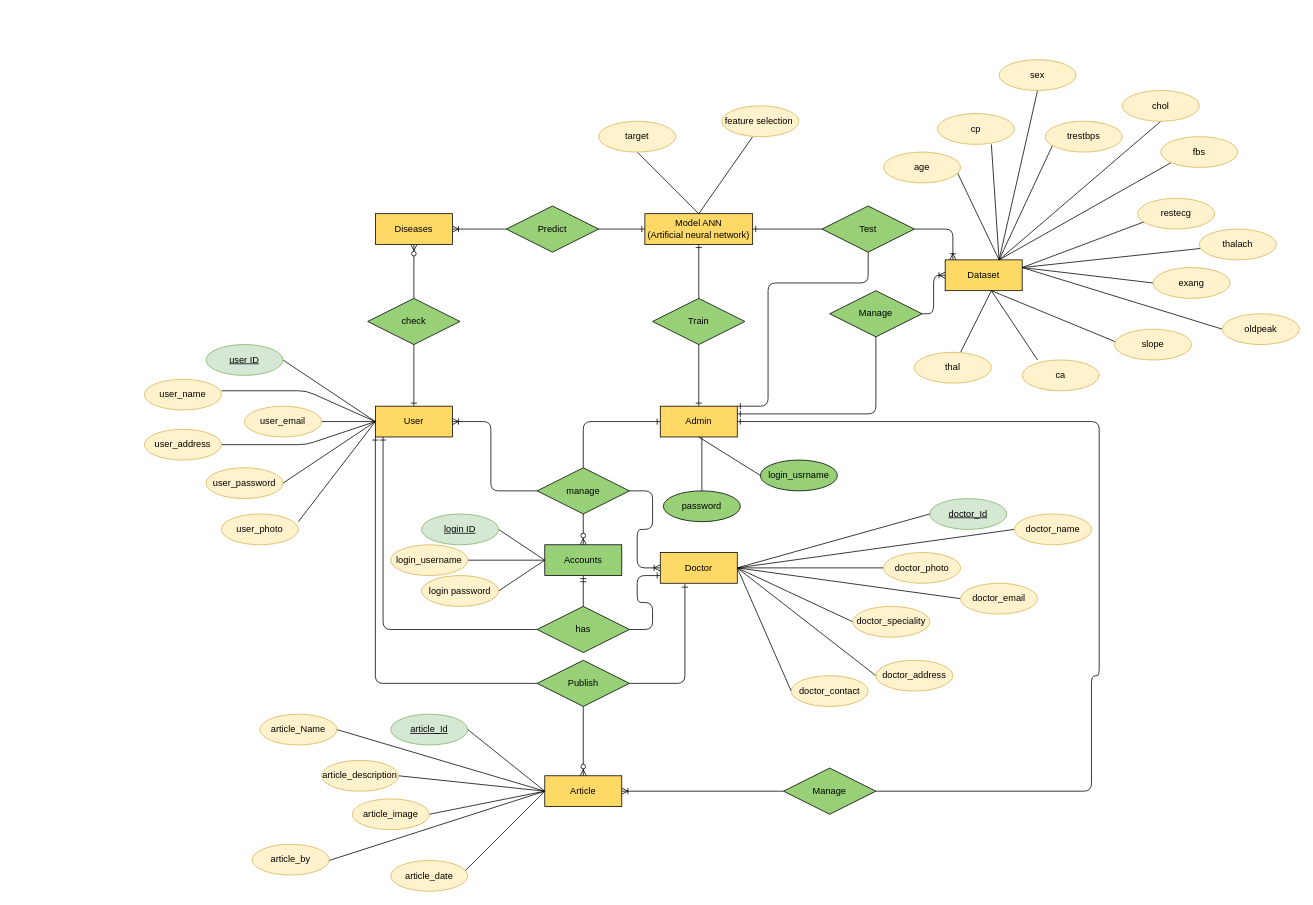
This is page "ERD" (2 of 6) of Untitled Diagram.drawio from iqran-s-star/My-Portfolio, a draw.io file, before an edit. Source tidied: cells renumbered, new cells numbered last; positions are measured from the earlier drawing's top-left corner, leaving out a move shared by most shapes. Both pictures are drawn from the tidied source at 77%, with x=0, y=0 at pixel (144, 59).
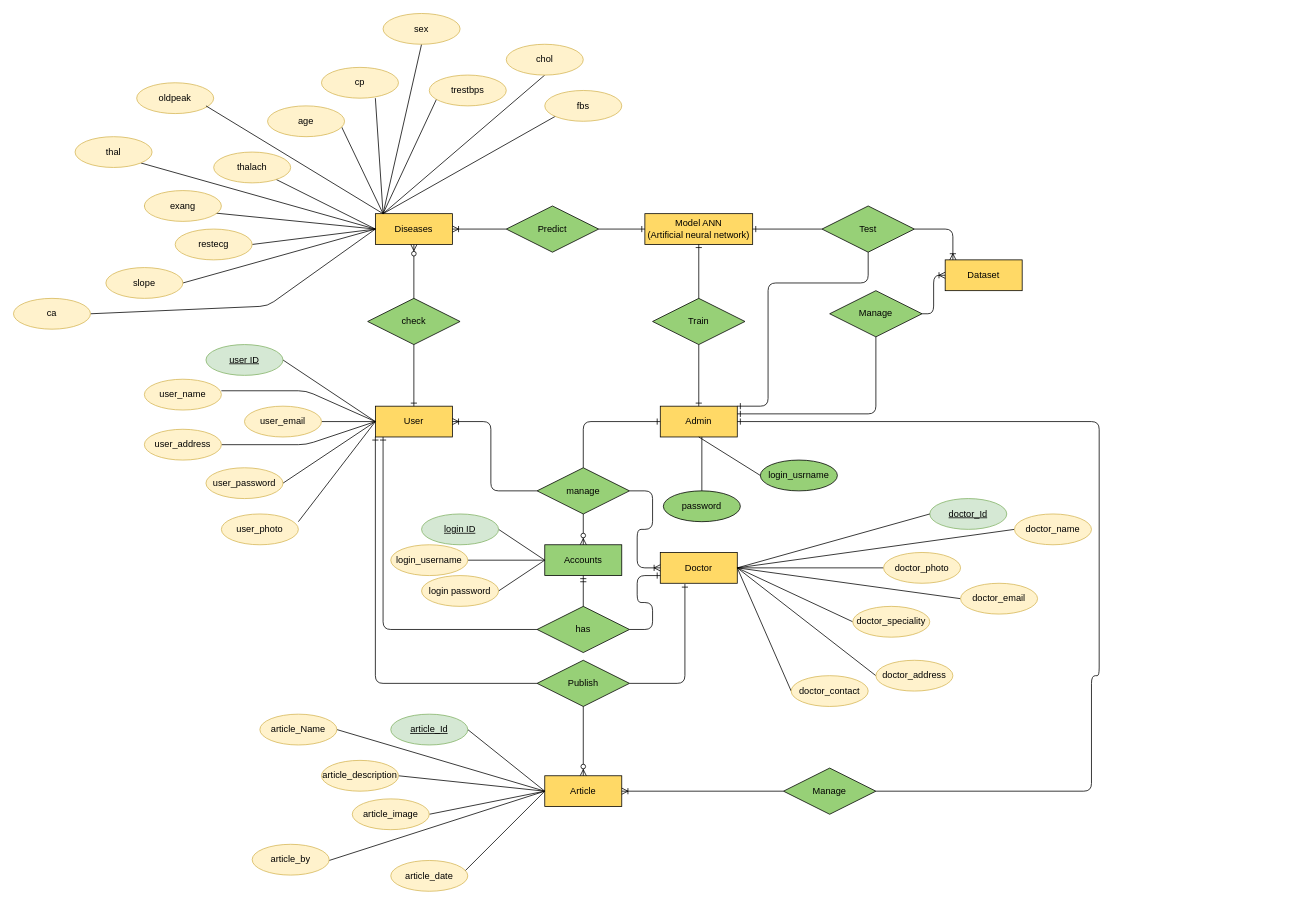
The same diagram, later.

Unchanged cells that the change refers to:
```xml
<mxCell id="30" value="Diseases" style="whiteSpace=wrap;html=1;align=center;fillColor=#FFD966;" parent="1" vertex="1">
  <mxGeometry x="300" y="200" width="100" height="40" as="geometry" />
</mxCell>
<mxCell id="41" value="Dataset" style="whiteSpace=wrap;html=1;align=center;fillColor=#FFD966;" parent="1" vertex="1">
  <mxGeometry x="1040" y="260" width="100" height="40" as="geometry" />
</mxCell>
```

Change to the diagram source:
```diff
@@
-    <mxCell id="78" style="endArrow=none;html=1;entryX=0.96;entryY=0.675;entryDx=0;entryDy=0;entryPerimeter=0;" parent="1" edge="1" target="91">
-      <mxGeometry relative="1" as="geometry">
-        <mxPoint x="1110" y="260" as="sourcePoint" />
-      </mxGeometry>
-    </mxCell>
-    <mxCell id="79" style="endArrow=none;html=1;" parent="1" edge="1">
-      <mxGeometry relative="1" as="geometry">
-        <mxPoint x="1110" y="260" as="sourcePoint" />
-        <mxPoint x="1100" y="110" as="targetPoint" />
-      </mxGeometry>
-    </mxCell>
-    <mxCell id="80" style="endArrow=none;html=1;" parent="1" edge="1">
-      <mxGeometry relative="1" as="geometry">
-        <mxPoint x="1110" y="260" as="sourcePoint" />
-        <mxPoint x="1180" y="110" as="targetPoint" />
-      </mxGeometry>
-    </mxCell>
-    <mxCell id="81" style="endArrow=none;html=1;" parent="1" edge="1">
-      <mxGeometry relative="1" as="geometry">
-        <mxPoint x="1110" y="260" as="sourcePoint" />
-        <mxPoint x="1320" y="80" as="targetPoint" />
-      </mxGeometry>
-    </mxCell>
-    <mxCell id="82" style="endArrow=none;html=1;" parent="1" edge="1">
-      <mxGeometry relative="1" as="geometry">
-        <mxPoint x="1110" y="260" as="sourcePoint" />
-        <mxPoint x="1160" y="40" as="targetPoint" />
-      </mxGeometry>
-    </mxCell>
-    <mxCell id="83" style="endArrow=none;html=1;" parent="1" edge="1">
-      <mxGeometry relative="1" as="geometry">
-        <mxPoint x="1110" y="260" as="sourcePoint" />
-        <mxPoint x="1340" y="130" as="targetPoint" />
-      </mxGeometry>
-    </mxCell>
-    <mxCell id="84" style="endArrow=none;html=1;exitX=1;exitY=0.25;exitDx=0;exitDy=0;" parent="1" edge="1" source="41">
-      <mxGeometry relative="1" as="geometry">
-        <mxPoint x="1300" y="210" as="targetPoint" />
-      </mxGeometry>
-    </mxCell>
-    <mxCell id="85" style="endArrow=none;html=1;" parent="1" edge="1" target="98">
-      <mxGeometry relative="1" as="geometry">
-        <mxPoint x="1140" y="270" as="sourcePoint" />
-      </mxGeometry>
-    </mxCell>
-    <mxCell id="86" style="endArrow=none;html=1;entryX=0;entryY=0.5;entryDx=0;entryDy=0;" parent="1" edge="1" target="99">
-      <mxGeometry relative="1" as="geometry">
-        <mxPoint x="1140" y="270" as="sourcePoint" />
-      </mxGeometry>
-    </mxCell>
-    <mxCell id="87" style="endArrow=none;html=1;" parent="1" edge="1">
-      <mxGeometry relative="1" as="geometry">
-        <mxPoint x="1140" y="270" as="sourcePoint" />
-        <mxPoint x="1400" y="350" as="targetPoint" />
-      </mxGeometry>
-    </mxCell>
-    <mxCell id="88" style="endArrow=none;html=1;" parent="1" edge="1">
+    <mxCell id="88" style="endArrow=none;html=1;exitX=1;exitY=1;exitDx=0;exitDy=0;" parent="1" edge="1" source="103">
       <mxGeometry relative="1" as="geometry">
-        <mxPoint x="1060" y="380" as="sourcePoint" />
-        <mxPoint x="1100" y="300" as="targetPoint" />
+        <mxPoint x="300" y="220" as="targetPoint" />
       </mxGeometry>
     </mxCell>
-    <mxCell id="89" style="endArrow=none;html=1;" parent="1" edge="1">
-      <mxGeometry relative="1" as="geometry">
-        <mxPoint x="1100" y="300" as="sourcePoint" />
-        <mxPoint x="1270" y="370" as="targetPoint" />
-      </mxGeometry>
+    <mxCell id="89" style="endArrow=none;html=1;exitX=0;exitY=0.5;exitDx=0;exitDy=0;entryX=1;entryY=0.5;entryDx=0;entryDy=0;" parent="1" edge="1" source="30" target="101">
+      <mxGeometry relative="1" as="geometry" />
     </mxCell>
-    <mxCell id="90" style="endArrow=none;html=1;" parent="1" edge="1">
+    <mxCell id="90" style="endArrow=none;html=1;exitX=0;exitY=0.5;exitDx=0;exitDy=0;entryX=1;entryY=0.5;entryDx=0;entryDy=0;" parent="1" edge="1" source="30" target="102">
       <mxGeometry relative="1" as="geometry">
-        <mxPoint x="1100" y="300" as="sourcePoint" />
-        <mxPoint x="1160" y="390" as="targetPoint" />
+        <Array as="points">
+          <mxPoint x="160" y="320" />
+        </Array>
       </mxGeometry>
     </mxCell>
-    <mxCell id="91" value="age" style="ellipse;whiteSpace=wrap;html=1;align=center;fillColor=#fff2cc;strokeColor=#d6b656;" parent="1" vertex="1">
-      <mxGeometry x="960" y="120" width="100" height="40" as="geometry" />
-    </mxCell>
-    <mxCell id="92" value="cp" style="ellipse;whiteSpace=wrap;html=1;align=center;fillColor=#fff2cc;strokeColor=#d6b656;" parent="1" vertex="1">
-      <mxGeometry x="1030" y="70" width="100" height="40" as="geometry" />
-    </mxCell>
-    <mxCell id="93" value="sex" style="ellipse;whiteSpace=wrap;html=1;align=center;fillColor=#fff2cc;strokeColor=#d6b656;" parent="1" vertex="1">
-      <mxGeometry x="1110" width="100" height="40" as="geometry" />
-    </mxCell>
-    <mxCell id="94" value="trestbps" style="ellipse;whiteSpace=wrap;html=1;align=center;fillColor=#fff2cc;strokeColor=#d6b656;" parent="1" vertex="1">
-      <mxGeometry x="1170" y="80" width="100" height="40" as="geometry" />
-    </mxCell>
-    <mxCell id="95" value="chol" style="ellipse;whiteSpace=wrap;html=1;align=center;fillColor=#fff2cc;strokeColor=#d6b656;" parent="1" vertex="1">
-      <mxGeometry x="1270" y="40" width="100" height="40" as="geometry" />
-    </mxCell>
-    <mxCell id="96" value="fbs" style="ellipse;whiteSpace=wrap;html=1;align=center;fillColor=#fff2cc;strokeColor=#d6b656;" parent="1" vertex="1">
-      <mxGeometry x="1320" y="100" width="100" height="40" as="geometry" />
-    </mxCell>
-    <mxCell id="97" value="restecg" style="ellipse;whiteSpace=wrap;html=1;align=center;fillColor=#fff2cc;strokeColor=#d6b656;" parent="1" vertex="1">
-      <mxGeometry x="1290" y="180" width="100" height="40" as="geometry" />
-    </mxCell>
-    <mxCell id="98" value="thalach" style="ellipse;whiteSpace=wrap;html=1;align=center;fillColor=#fff2cc;strokeColor=#d6b656;" parent="1" vertex="1">
-      <mxGeometry x="1370" y="220" width="100" height="40" as="geometry" />
-    </mxCell>
-    <mxCell id="99" value="exang" style="ellipse;whiteSpace=wrap;html=1;align=center;fillColor=#fff2cc;strokeColor=#d6b656;" parent="1" vertex="1">
-      <mxGeometry x="1310" y="270" width="100" height="40" as="geometry" />
-    </mxCell>
     <mxCell id="100" value="oldpeak" style="ellipse;whiteSpace=wrap;html=1;align=center;fillColor=#fff2cc;strokeColor=#d6b656;" parent="1" vertex="1">
-      <mxGeometry x="1400" y="330" width="100" height="40" as="geometry" />
+      <mxGeometry x="-10" y="30" width="100" height="40" as="geometry" />
     </mxCell>
     <mxCell id="101" value="slope" style="ellipse;whiteSpace=wrap;html=1;align=center;fillColor=#fff2cc;strokeColor=#d6b656;" parent="1" vertex="1">
-      <mxGeometry x="1260" y="350" width="100" height="40" as="geometry" />
+      <mxGeometry x="-50" y="270" width="100" height="40" as="geometry" />
     </mxCell>
     <mxCell id="102" value="ca" style="ellipse;whiteSpace=wrap;html=1;align=center;fillColor=#fff2cc;strokeColor=#d6b656;" parent="1" vertex="1">
-      <mxGeometry x="1140" y="390" width="100" height="40" as="geometry" />
+      <mxGeometry x="-170" y="310" width="100" height="40" as="geometry" />
     </mxCell>
     <mxCell id="103" value="thal" style="ellipse;whiteSpace=wrap;html=1;align=center;fillColor=#fff2cc;strokeColor=#d6b656;" parent="1" vertex="1">
-      <mxGeometry x="1000" y="380" width="100" height="40" as="geometry" />
+      <mxGeometry x="-90" y="100" width="100" height="40" as="geometry" />
     </mxCell>
-    <mxCell id="104" style="endArrow=none;html=1;" parent="1" edge="1">
-      <mxGeometry relative="1" as="geometry">
-        <mxPoint x="720" y="200" as="sourcePoint" />
-        <mxPoint x="790" y="100" as="targetPoint" />
-      </mxGeometry>
-    </mxCell>
-    <mxCell id="105" style="endArrow=none;html=1;" parent="1" edge="1">
-      <mxGeometry relative="1" as="geometry">
-        <mxPoint x="640" y="120" as="sourcePoint" />
-        <mxPoint x="720" y="200" as="targetPoint" />
-      </mxGeometry>
-    </mxCell>
-    <mxCell id="106" value="target" style="ellipse;whiteSpace=wrap;html=1;align=center;fillColor=#fff2cc;strokeColor=#d6b656;" parent="1" vertex="1">
-      <mxGeometry x="590" y="80" width="100" height="40" as="geometry" />
-    </mxCell>
-    <mxCell id="107" value="feature selection&amp;nbsp;" style="ellipse;whiteSpace=wrap;html=1;align=center;fillColor=#fff2cc;strokeColor=#d6b656;" parent="1" vertex="1">
-      <mxGeometry x="750" y="60" width="100" height="40" as="geometry" />
-    </mxCell>
@@
+    <mxCell id="120" style="endArrow=none;html=1;entryX=0.96;entryY=0.675;entryDx=0;entryDy=0;entryPerimeter=0;" parent="1" edge="1" target="91">
+      <mxGeometry relative="1" as="geometry">
+        <mxPoint x="310" y="200" as="sourcePoint" />
+      </mxGeometry>
+    </mxCell>
+    <mxCell id="121" style="endArrow=none;html=1;" parent="1" edge="1">
+      <mxGeometry relative="1" as="geometry">
+        <mxPoint x="310" y="200" as="sourcePoint" />
+        <mxPoint x="300" y="50" as="targetPoint" />
+      </mxGeometry>
+    </mxCell>
+    <mxCell id="122" style="endArrow=none;html=1;" parent="1" edge="1">
+      <mxGeometry relative="1" as="geometry">
+        <mxPoint x="310" y="200" as="sourcePoint" />
+        <mxPoint x="380" y="50" as="targetPoint" />
+      </mxGeometry>
+    </mxCell>
+    <mxCell id="123" style="endArrow=none;html=1;" parent="1" edge="1">
+      <mxGeometry relative="1" as="geometry">
+        <mxPoint x="310" y="200" as="sourcePoint" />
+        <mxPoint x="520" y="20" as="targetPoint" />
+      </mxGeometry>
+    </mxCell>
+    <mxCell id="124" style="endArrow=none;html=1;" parent="1" edge="1">
+      <mxGeometry relative="1" as="geometry">
+        <mxPoint x="310" y="200" as="sourcePoint" />
+        <mxPoint x="360" y="-20" as="targetPoint" />
+      </mxGeometry>
+    </mxCell>
+    <mxCell id="125" style="endArrow=none;html=1;" parent="1" edge="1">
+      <mxGeometry relative="1" as="geometry">
+        <mxPoint x="310" y="200" as="sourcePoint" />
+        <mxPoint x="540" y="70" as="targetPoint" />
+      </mxGeometry>
+    </mxCell>
+    <mxCell id="91" value="age" style="ellipse;whiteSpace=wrap;html=1;align=center;fillColor=#fff2cc;strokeColor=#d6b656;" parent="1" vertex="1">
+      <mxGeometry x="160" y="60" width="100" height="40" as="geometry" />
+    </mxCell>
+    <mxCell id="92" value="cp" style="ellipse;whiteSpace=wrap;html=1;align=center;fillColor=#fff2cc;strokeColor=#d6b656;" parent="1" vertex="1">
+      <mxGeometry x="230" y="10" width="100" height="40" as="geometry" />
+    </mxCell>
+    <mxCell id="93" value="sex" style="ellipse;whiteSpace=wrap;html=1;align=center;fillColor=#fff2cc;strokeColor=#d6b656;" parent="1" vertex="1">
+      <mxGeometry x="310" y="-60" width="100" height="40" as="geometry" />
+    </mxCell>
+    <mxCell id="94" value="trestbps" style="ellipse;whiteSpace=wrap;html=1;align=center;fillColor=#fff2cc;strokeColor=#d6b656;" parent="1" vertex="1">
+      <mxGeometry x="370" y="20" width="100" height="40" as="geometry" />
+    </mxCell>
+    <mxCell id="95" value="chol" style="ellipse;whiteSpace=wrap;html=1;align=center;fillColor=#fff2cc;strokeColor=#d6b656;" parent="1" vertex="1">
+      <mxGeometry x="470" y="-20" width="100" height="40" as="geometry" />
+    </mxCell>
+    <mxCell id="96" value="fbs" style="ellipse;whiteSpace=wrap;html=1;align=center;fillColor=#fff2cc;strokeColor=#d6b656;" parent="1" vertex="1">
+      <mxGeometry x="520" y="40" width="100" height="40" as="geometry" />
+    </mxCell>
+    <mxCell id="126" style="endArrow=none;html=1;exitX=1;exitY=0.5;exitDx=0;exitDy=0;" parent="1" edge="1" source="97">
+      <mxGeometry relative="1" as="geometry">
+        <mxPoint x="300" y="220" as="targetPoint" />
+      </mxGeometry>
+    </mxCell>
+    <mxCell id="127" style="endArrow=none;html=1;exitX=0;exitY=0.5;exitDx=0;exitDy=0;" parent="1" edge="1" source="30" target="98">
+      <mxGeometry relative="1" as="geometry" />
+    </mxCell>
+    <mxCell id="128" style="endArrow=none;html=1;entryX=0;entryY=0.5;entryDx=0;entryDy=0;exitX=0;exitY=0.5;exitDx=0;exitDy=0;" parent="1" edge="1" source="30" target="99">
+      <mxGeometry relative="1" as="geometry" />
+    </mxCell>
+    <mxCell id="97" value="restecg" style="ellipse;whiteSpace=wrap;html=1;align=center;fillColor=#fff2cc;strokeColor=#d6b656;" parent="1" vertex="1">
+      <mxGeometry x="40" y="220" width="100" height="40" as="geometry" />
+    </mxCell>
+    <mxCell id="98" value="thalach" style="ellipse;whiteSpace=wrap;html=1;align=center;fillColor=#fff2cc;strokeColor=#d6b656;" parent="1" vertex="1">
+      <mxGeometry x="90" y="120" width="100" height="40" as="geometry" />
+    </mxCell>
+    <mxCell id="99" value="exang" style="ellipse;whiteSpace=wrap;html=1;align=center;fillColor=#fff2cc;strokeColor=#d6b656;" parent="1" vertex="1">
+      <mxGeometry y="170" width="100" height="40" as="geometry" />
+    </mxCell>
+    <mxCell id="129" style="endArrow=none;html=1;" parent="1" edge="1">
+      <mxGeometry relative="1" as="geometry">
+        <mxPoint x="80" y="60" as="sourcePoint" />
+        <mxPoint x="310" y="200" as="targetPoint" />
+      </mxGeometry>
+    </mxCell>
```
